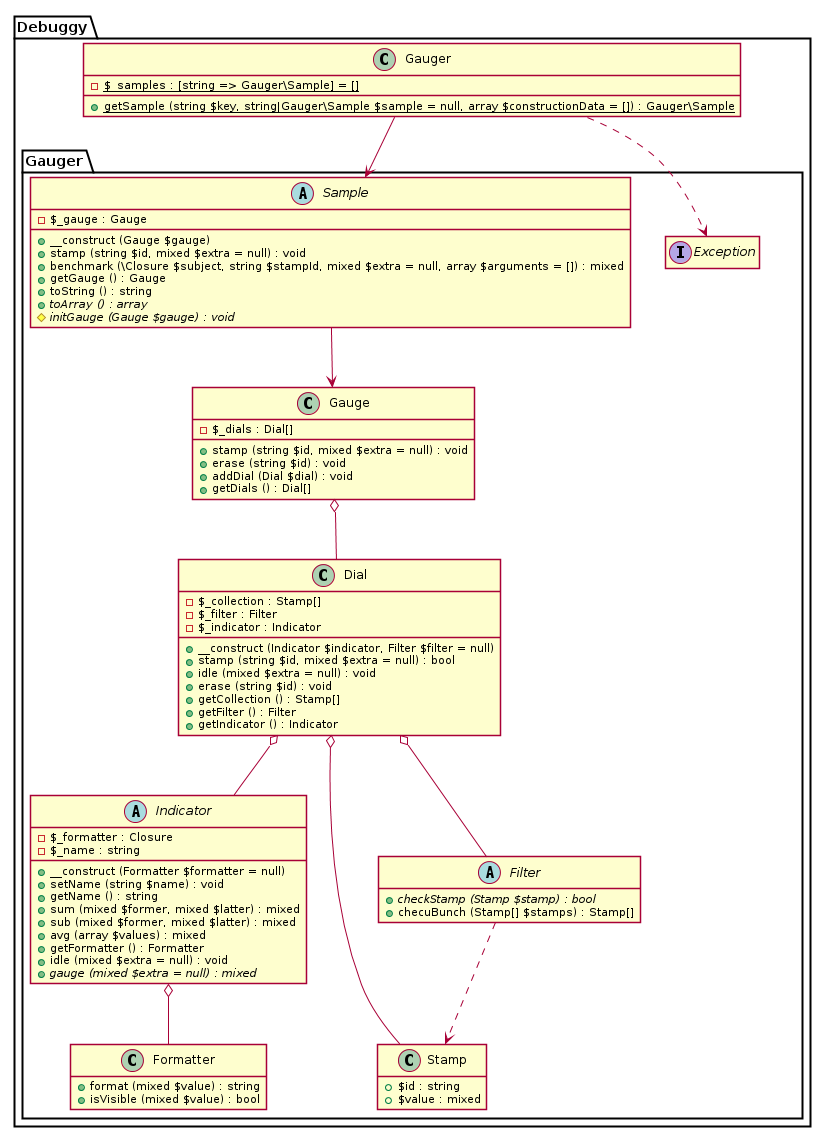
This is uml/plantuml/gauger.png from dnsl48/gauger, a PlantUML export, as it was before one commit.
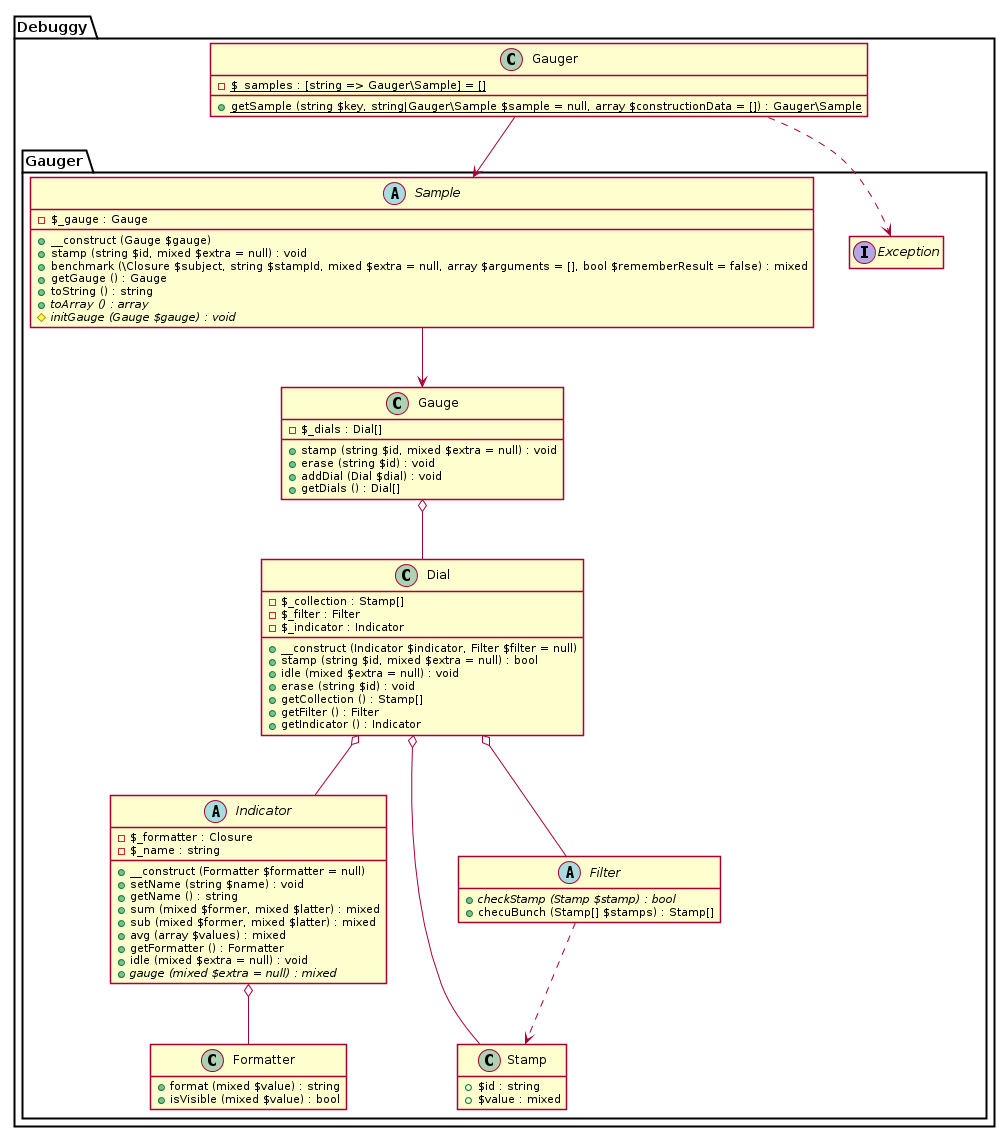
Later version of the same file.

Commit message:
Sample::benchmark has new param $rememberResult

Change to the diagram source:
```diff
@@ -146,7 +146,7 @@
 			- $_gauge : Gauge
 			+ __construct (Gauge $gauge)
 			+ stamp (string $id, mixed $extra = null) : void
-			+ benchmark (\Closure $subject, string $stampId, mixed $extra = null, array $arguments = []) : mixed
+			+ benchmark (\Closure $subject, string $stampId, mixed $extra = null, array $arguments = [], bool $rememberResult = false) : mixed
 			+ getGauge () : Gauge
 			+ toString () : string
 			+ {abstract} toArray () : array
```
